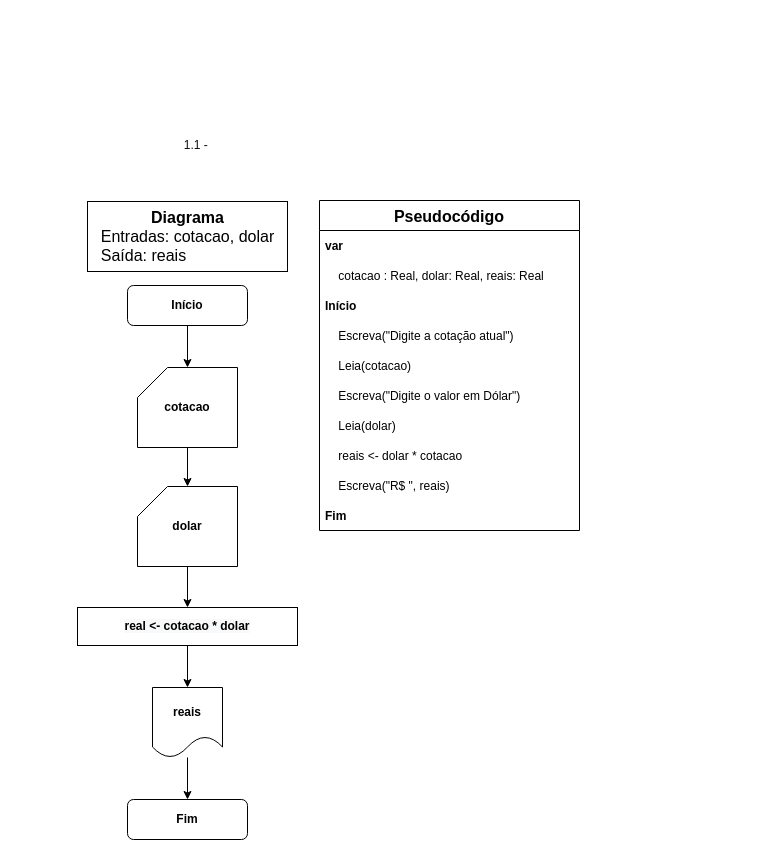
Earlier version of the draw.io diagram page "Ex. 1.1" (1 of 9) of exercicios.drawio (iSamekh/draw.io). Source tidied: cells renumbered, new cells numbered last; positions are measured from the earlier drawing's top-left corner, leaving out a move shared by most shapes. Both pictures are drawn from the tidied source at 100%, with x=0, y=0 at pixel (77, 130).
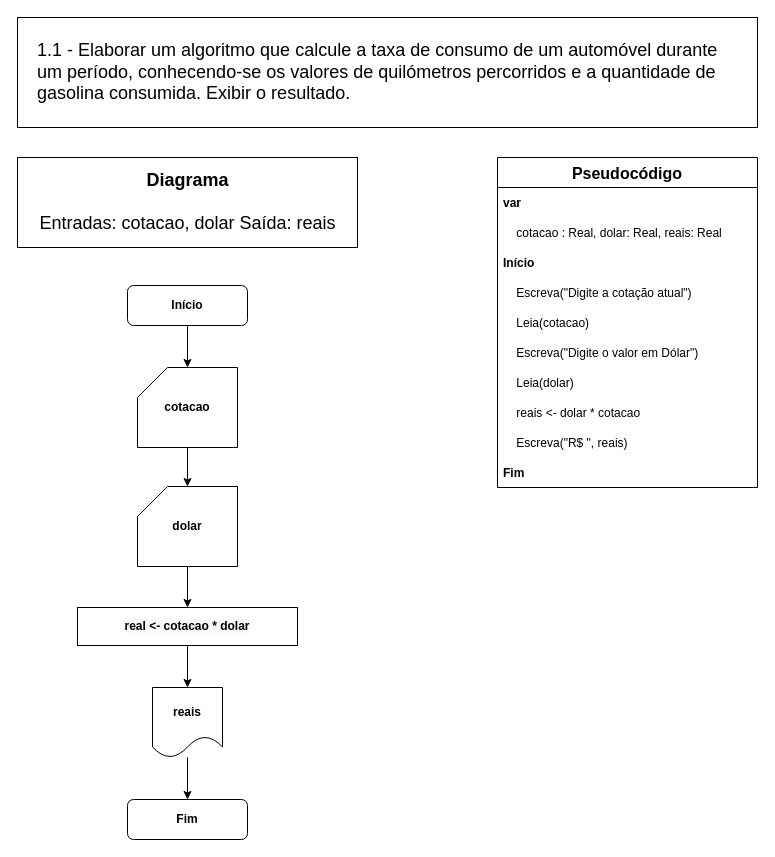
The same diagram, later.

Change to the diagram source:
```diff
@@
     <mxCell id="13" style="shape=tableRow;horizontal=0;startSize=0;swimlaneHead=0;swimlaneBody=0;top=0;left=0;bottom=0;right=0;fillColor=none;" parent="1" vertex="1">
-      <mxGeometry x="280" y="185" width="180" height="30" as="geometry" />
+      <mxGeometry x="336" y="212" width="180" height="30" as="geometry" />
     </mxCell>
     <mxCell id="14" value="Pseudocódigo" style="swimlane;fontStyle=1;horizontal=1;startSize=30;rounded=0;shadow=0;labelBackgroundColor=#FFFFFF;labelBorderColor=none;sketch=0;fillStyle=auto;strokeColor=default;strokeWidth=1;fillColor=default;swimlaneLine=1;glass=0;arcSize=20;fontSize=16;" parent="1" vertex="1">
-      <mxGeometry x="242" y="70" width="260" height="330" as="geometry" />
+      <mxGeometry x="420" y="27" width="260" height="330" as="geometry" />
     </mxCell>
@@
-    <mxCell id="25" value="&lt;font style=&quot;font-size: 16px;&quot;&gt;&lt;b&gt;Diagrama&lt;/b&gt;&lt;br&gt;&lt;div style=&quot;text-align: left;&quot;&gt;&lt;span style=&quot;font-size: 12px;&quot;&gt;&lt;font style=&quot;font-size: 16px;&quot;&gt;Entradas: cotacao, dolar&lt;/font&gt;&lt;/span&gt;&lt;/div&gt;&lt;div style=&quot;text-align: left;&quot;&gt;&lt;span style=&quot;font-size: 12px;&quot;&gt;&lt;font style=&quot;font-size: 16px;&quot;&gt;Saída: reais&lt;/font&gt;&lt;/span&gt;&lt;/div&gt;&lt;/font&gt;" style="text;html=1;align=center;verticalAlign=middle;fillColor=default;strokeColor=default;rounded=0;shadow=0;glass=0;labelBackgroundColor=#FFFFFF;labelBorderColor=none;sketch=0;fillStyle=auto;strokeWidth=1;" parent="1" vertex="1">
-      <mxGeometry x="10" y="71" width="200" height="70" as="geometry" />
+    <mxCell id="25" value="&lt;font style=&quot;font-size: 18px;&quot;&gt;&lt;b style=&quot;font-size: 18px;&quot;&gt;Diagrama&lt;br&gt;&lt;/b&gt;&lt;br style=&quot;font-size: 18px;&quot;&gt;&lt;div style=&quot;text-align: left; font-size: 18px;&quot;&gt;&lt;span style=&quot;font-size: 18px;&quot;&gt;&lt;font style=&quot;font-size: 18px;&quot;&gt;Entradas: cotacao, dolar&lt;span style=&quot;white-space: pre;&quot;&gt; &lt;/span&gt;&lt;/font&gt;&lt;/span&gt;Saída: reais&lt;/div&gt;&lt;/font&gt;" style="text;html=1;align=center;verticalAlign=middle;fillColor=default;strokeColor=default;rounded=0;shadow=0;glass=0;labelBackgroundColor=#FFFFFF;labelBorderColor=none;sketch=0;fillStyle=auto;strokeWidth=1;fontSize=18;spacing=10;" parent="1" vertex="1">
+      <mxGeometry x="-60" y="27" width="340" height="90" as="geometry" />
     </mxCell>
-    <mxCell id="26" value="1.1 -&amp;nbsp;" style="text;html=1;align=center;verticalAlign=middle;fillColor=none;strokeColor=none;rounded=0;labelBackgroundColor=#FFF;fontColor=#0F0F0F;" parent="1" vertex="1">
-      <mxGeometry x="95" width="50" height="30" as="geometry" />
-    </mxCell>
+    <mxCell id="27" value="&lt;font style=&quot;font-size: 18px;&quot;&gt;1.1 - Elaborar um algoritmo que calcule a taxa de consumo de um automóvel durante&lt;br&gt;um&amp;nbsp;período, conhecendo-se os valores de quilómetros percorridos e a quantidade de&lt;br&gt;gasolina consumida. Exibir o resultado.&lt;/font&gt;" style="text;html=1;align=left;verticalAlign=middle;rounded=0;labelBackgroundColor=#FFF;fillColor=default;gradientColor=none;strokeColor=default;fontSize=18;perimeterSpacing=0;spacing=20;" parent="1" vertex="1">
+      <mxGeometry x="-60" y="-113" width="740" height="110" as="geometry" />
+    </mxCell>
```
